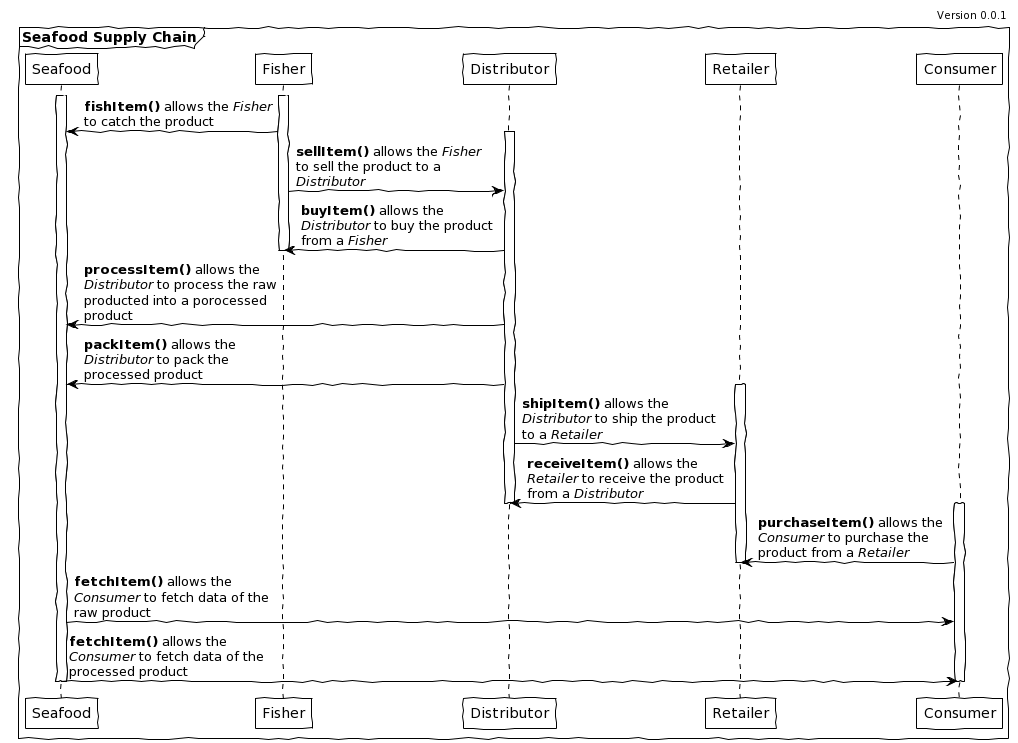
Above: diagrams/sequence.png in roaldnefs/supply-chain (PlantUML), before the change.
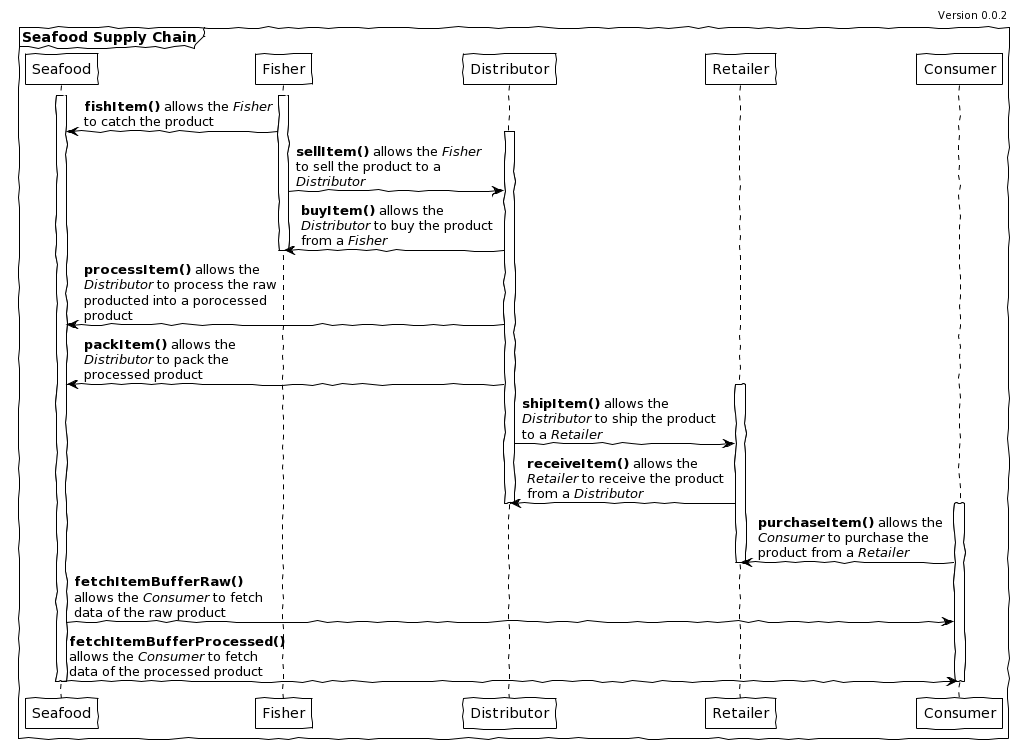
Above is the later version.

Commit message:
fix: fetchI item methods in diagrams

What changed in the source:
```diff
@@ -1,6 +1,6 @@
 @startuml
 
-header Version 0.0.1
+header Version 0.0.2
 
 !theme plain
 skinparam handwritten true
@@ -41,8 +41,8 @@
 
 deactivate Retailer
 
-Item -> Consumer: **fetchItem()** allows the\n//Consumer// to fetch data of the\nraw product
-Item -> Consumer: **fetchItem()** allows the\n//Consumer// to fetch data of the\nprocessed product
+Item -> Consumer: **fetchItemBufferRaw()**\nallows the //Consumer// to fetch\ndata of the raw product
+Item -> Consumer: **fetchItemBufferProcessed()**\nallows the //Consumer// to fetch\ndata of the processed product
 
 deactivate Consumer
 
```
